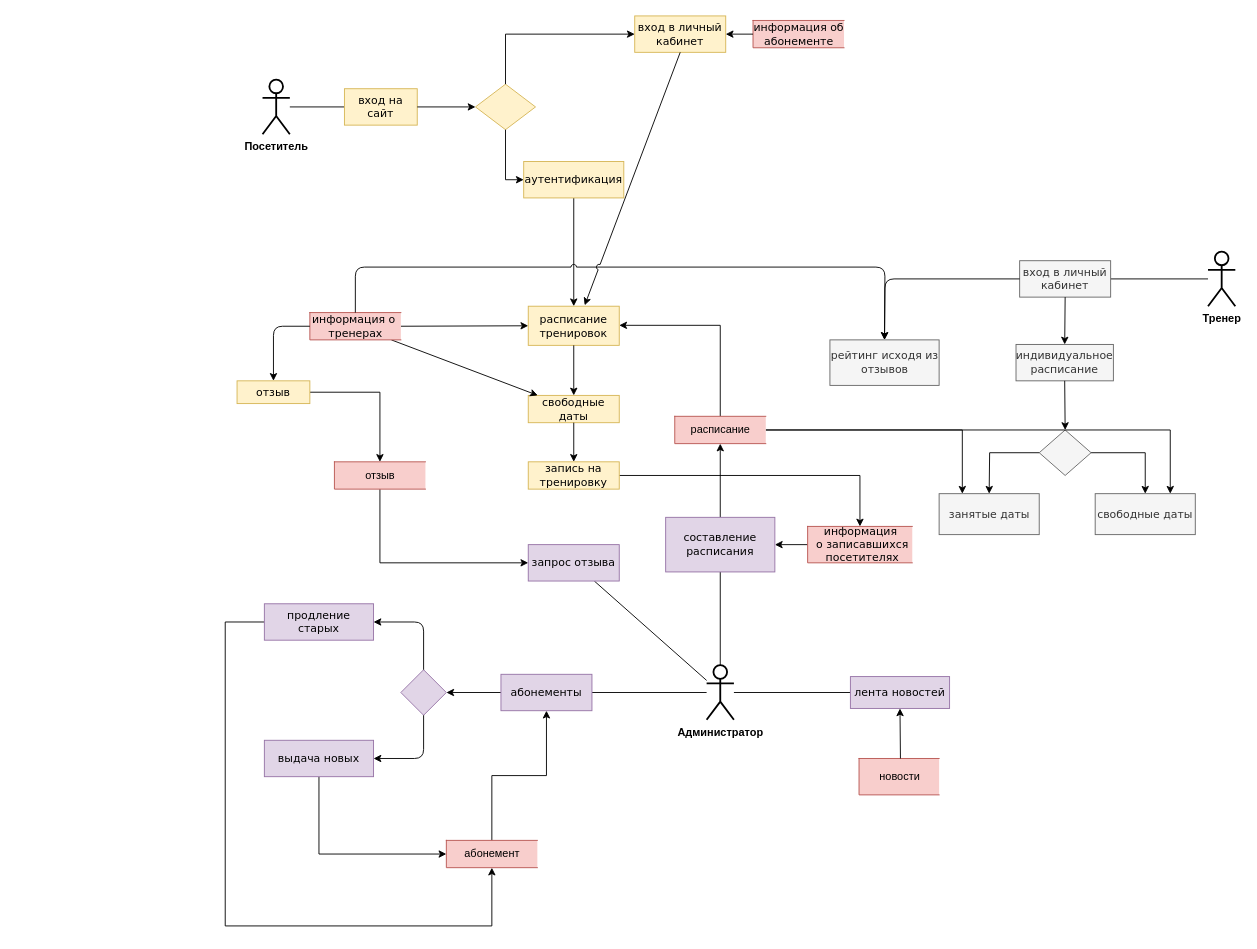
Earlier version of the draw.io diagram диаграмма действий.drawio (yuliapyrikova/-). Source tidied: cells renumbered, new cells numbered last; positions are measured from the earlier drawing's top-left corner, leaving out a move shared by most shapes. Both pictures are drawn from the tidied source at 91%, with x=0, y=0 at pixel (225, 15).
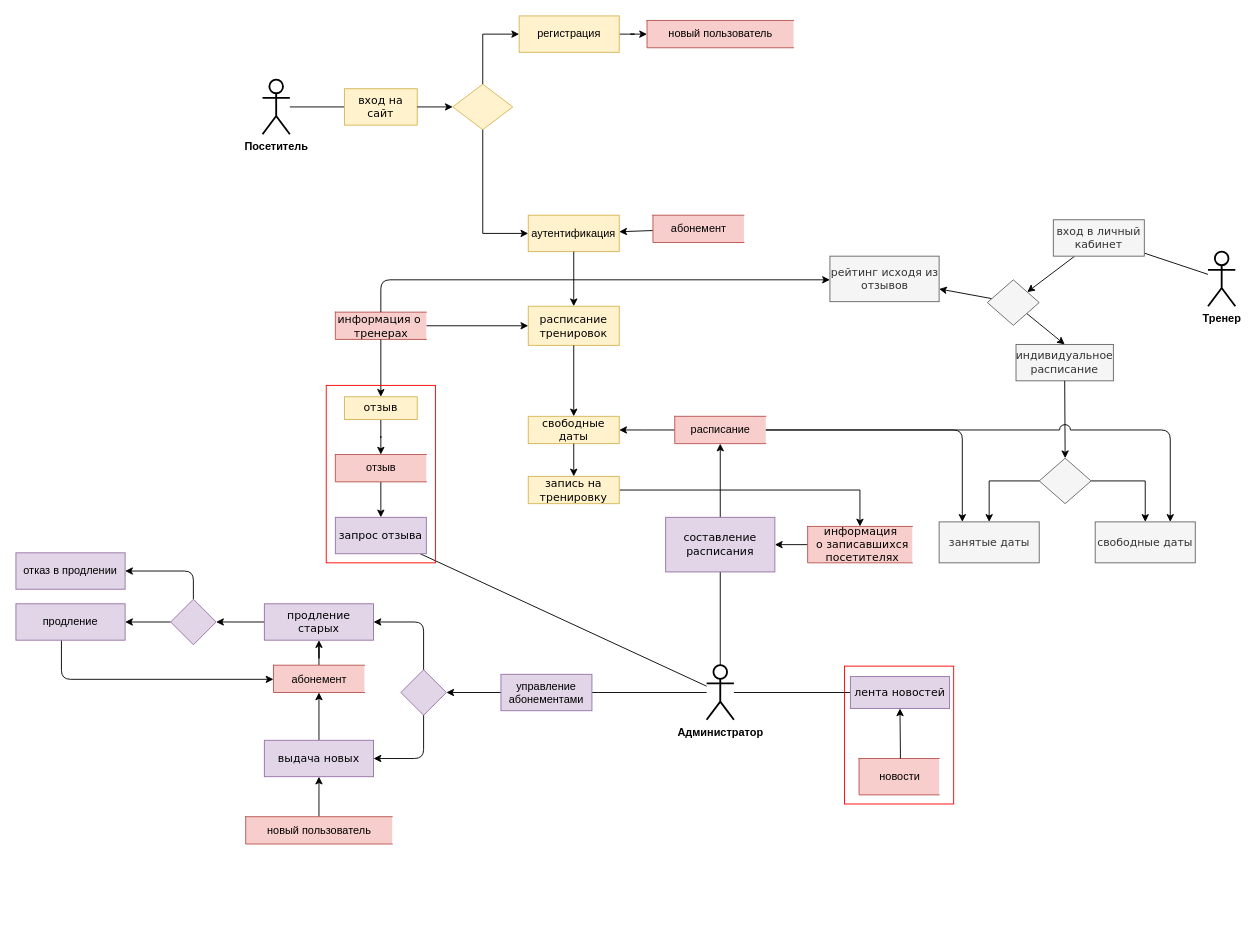
After the change.

Unchanged cells that the change refers to:
```xml
<mxCell id="13" value="&lt;font face=&quot;Verdana&quot;&gt;расписание тренировок&lt;/font&gt;" style="whiteSpace=wrap;html=1;rounded=0;strokeWidth=1;hachureGap=4;fillColor=#fff2cc;strokeColor=#d6b656;" parent="1" vertex="1">
  <mxGeometry x="333" y="319" width="100" height="43" as="geometry" />
</mxCell>
<mxCell id="21" value="&lt;font face=&quot;Verdana&quot;&gt;индивидуальное расписание&lt;/font&gt;" style="rounded=0;whiteSpace=wrap;html=1;hachureGap=4;strokeWidth=1;fillColor=#f5f5f5;strokeColor=#666666;fontColor=#333333;" parent="1" vertex="1">
  <mxGeometry x="869" y="361" width="107" height="40" as="geometry" />
</mxCell>
<mxCell id="39" value="&lt;font style=&quot;font-size: 12px&quot; face=&quot;Verdana&quot;&gt;продление старых&lt;/font&gt;" style="rounded=0;whiteSpace=wrap;html=1;strokeWidth=1;fillColor=#e1d5e7;strokeColor=#9673a6;" parent="1" vertex="1">
  <mxGeometry x="43" y="646" width="120" height="40" as="geometry" />
</mxCell>
<mxCell id="41" value="&lt;font face=&quot;Verdana&quot;&gt;выдача новых&lt;/font&gt;" style="rounded=0;whiteSpace=wrap;html=1;strokeWidth=1;fillColor=#e1d5e7;strokeColor=#9673a6;" parent="1" vertex="1">
  <mxGeometry x="43" y="796" width="120" height="40" as="geometry" />
</mxCell>
<mxCell id="60" value="расписание" style="html=1;dashed=0;whitespace=wrap;shape=partialRectangle;right=0;fillColor=#f8cecc;strokeColor=#b85450;" parent="1" vertex="1">
  <mxGeometry x="494" y="440" width="100" height="30" as="geometry" />
</mxCell>
```

What changed in the source:
```diff
@@
-    <mxCell id="11" value="&lt;font face=&quot;Verdana&quot;&gt;вход в личный кабинет&lt;/font&gt;" style="rounded=0;whiteSpace=wrap;html=1;hachureGap=4;strokeWidth=1;fillColor=#fff2cc;strokeColor=#d6b656;" parent="1" vertex="1">
-      <mxGeometry x="450" width="100" height="40" as="geometry" />
+    <mxCell id="11" value="аутентификация" style="rounded=0;whiteSpace=wrap;html=1;hachureGap=4;strokeWidth=1;fillColor=#fff2cc;strokeColor=#d6b656;" parent="1" vertex="1">
+      <mxGeometry x="333" y="219" width="100" height="40" as="geometry" />
     </mxCell>
+    <mxCell id="72" style="edgeStyle=none;rounded=1;jumpStyle=arc;jumpSize=12;jettySize=auto;html=1;" parent="1" edge="1" source="12" target="87">
+      <mxGeometry relative="1" as="geometry" />
+    </mxCell>
     <mxCell id="12" value="&lt;font face=&quot;Verdana&quot;&gt;вход в личный кабинет&lt;/font&gt;" style="rounded=0;whiteSpace=wrap;html=1;hachureGap=4;strokeWidth=1;fillColor=#f5f5f5;strokeColor=#666666;fontColor=#333333;" parent="1" vertex="1">
-      <mxGeometry x="873" y="269" width="100" height="40" as="geometry" />
+      <mxGeometry x="910" y="224" width="100" height="40" as="geometry" />
     </mxCell>
@@
     <mxCell id="14" value="&lt;font face=&quot;Verdana&quot;&gt;свободные даты&lt;/font&gt;" style="whiteSpace=wrap;html=1;rounded=0;strokeWidth=1;hachureGap=4;fillColor=#fff2cc;strokeColor=#d6b656;" parent="1" vertex="1">
-      <mxGeometry x="333" y="417" width="100" height="30" as="geometry" />
+      <mxGeometry x="333" y="440" width="100" height="30" as="geometry" />
     </mxCell>
-    <mxCell id="15" value="&lt;font face=&quot;Verdana&quot;&gt;информация об &lt;br&gt;абонементе&lt;/font&gt;" style="html=1;dashed=0;whitespace=wrap;shape=partialRectangle;right=0;fontSize=12;strokeWidth=1;fillColor=#f8cecc;strokeColor=#b85450;" parent="1" vertex="1">
-      <mxGeometry x="580" y="5" width="100" height="30" as="geometry" />
-    </mxCell>
@@
-    <mxCell id="18" style="endArrow=classic;html=1;exitX=0.5;exitY=1;exitDx=0;exitDy=0;entryX=0.5;entryY=0;entryDx=0;entryDy=0;jumpStyle=arc;" parent="1" edge="1" source="66" target="13">
-      <mxGeometry relative="1" as="geometry" />
-    </mxCell>
-    <mxCell id="19" style="edgeStyle=none;rounded=0;jettySize=auto;html=1;endArrow=classic;endFill=1;" parent="1" edge="1" source="20" target="14">
-      <mxGeometry relative="1" as="geometry" />
-    </mxCell>
     <mxCell id="20" value="&lt;font face=&quot;Verdana&quot;&gt;информация о&amp;nbsp;&lt;br&gt;тренерах&lt;/font&gt;" style="html=1;dashed=0;whitespace=wrap;shape=partialRectangle;right=0;fontSize=12;strokeWidth=1;fillColor=#f8cecc;strokeColor=#b85450;" parent="1" vertex="1">
-      <mxGeometry x="93" y="326" width="100" height="30" as="geometry" />
+      <mxGeometry x="121" y="325.5" width="100" height="30" as="geometry" />
     </mxCell>
@@
-    <mxCell id="22" style="endArrow=classic;html=1;exitX=0.5;exitY=1;exitDx=0;exitDy=0;entryX=0.5;entryY=0;entryDx=0;entryDy=0;" parent="1" edge="1" source="12" target="21">
+    <mxCell id="22" style="endArrow=classic;html=1;entryX=0.5;entryY=0;entryDx=0;entryDy=0;" parent="1" edge="1" source="87" target="21">
       <mxGeometry relative="1" as="geometry" />
     </mxCell>
@@
     <mxCell id="25" value="&lt;font face=&quot;Verdana&quot;&gt;запись на тренировку&lt;/font&gt;" style="whiteSpace=wrap;html=1;rounded=0;strokeWidth=1;hachureGap=4;fillColor=#fff2cc;strokeColor=#d6b656;" parent="1" vertex="1">
-      <mxGeometry x="333" y="490" width="100" height="30" as="geometry" />
+      <mxGeometry x="333" y="506" width="100" height="30" as="geometry" />
     </mxCell>
@@
     <mxCell id="27" style="rhombus;whiteSpace=wrap;html=1;fillColor=#f5f5f5;strokeColor=#666666;fontColor=#333333;" parent="1" vertex="1">
-      <mxGeometry x="894.5" y="455" width="57" height="50" as="geometry" />
+      <mxGeometry x="894.5" y="486" width="57" height="50" as="geometry" />
     </mxCell>
-    <mxCell id="28" style="endArrow=classic;html=1;rounded=0;entryX=0.5;entryY=0;entryDx=0;entryDy=0;" parent="1" edge="1" source="27" target="29">
-      <mxGeometry relative="1" as="geometry">
-        <Array as="points">
-          <mxPoint x="1011" y="480" />
-        </Array>
-      </mxGeometry>
+    <mxCell id="28" style="endArrow=classic;html=1;rounded=0;entryX=0.5;entryY=0;entryDx=0;entryDy=0;edgeStyle=orthogonalEdgeStyle;" parent="1" edge="1" source="27" target="29">
+      <mxGeometry relative="1" as="geometry" />
     </mxCell>
     <mxCell id="29" value="&lt;font face=&quot;Verdana&quot;&gt;свободные даты&lt;/font&gt;" style="rounded=0;whiteSpace=wrap;html=1;fillColor=#f5f5f5;strokeColor=#666666;fontColor=#333333;" parent="1" vertex="1">
-      <mxGeometry x="956" y="525" width="110" height="45" as="geometry" />
+      <mxGeometry x="956" y="556" width="110" height="45" as="geometry" />
     </mxCell>
-    <mxCell id="30" style="endArrow=classic;html=1;rounded=0;exitX=0;exitY=0.5;exitDx=0;exitDy=0;entryX=0.5;entryY=0;entryDx=0;entryDy=0;" parent="1" edge="1" source="27" target="31">
-      <mxGeometry relative="1" as="geometry">
-        <Array as="points">
-          <mxPoint x="840" y="480" />
-        </Array>
-      </mxGeometry>
+    <mxCell id="30" style="endArrow=classic;html=1;rounded=0;exitX=0;exitY=0.5;exitDx=0;exitDy=0;entryX=0.5;entryY=0;entryDx=0;entryDy=0;edgeStyle=orthogonalEdgeStyle;" parent="1" edge="1" source="27" target="31">
+      <mxGeometry relative="1" as="geometry" />
     </mxCell>
     <mxCell id="31" value="&lt;font face=&quot;Verdana&quot;&gt;занятые даты&lt;/font&gt;" style="rounded=0;whiteSpace=wrap;html=1;fillColor=#f5f5f5;strokeColor=#666666;fontColor=#333333;" parent="1" vertex="1">
-      <mxGeometry x="784.5" y="525" width="110" height="45" as="geometry" />
+      <mxGeometry x="784.5" y="556" width="110" height="45" as="geometry" />
     </mxCell>
@@
-    <mxCell id="37" value="&lt;font face=&quot;Verdana&quot;&gt;абонементы&lt;/font&gt;" style="rounded=0;whiteSpace=wrap;html=1;fillColor=#e1d5e7;strokeColor=#9673a6;" parent="1" vertex="1">
+    <mxCell id="37" value="управление абонементами" style="rounded=0;whiteSpace=wrap;html=1;fillColor=#e1d5e7;strokeColor=#9673a6;" parent="1" vertex="1">
       <mxGeometry x="303" y="723.5" width="100" height="40" as="geometry" />
     </mxCell>
-    <mxCell id="38" style="edgeStyle=orthogonalEdgeStyle;rounded=0;jettySize=auto;html=1;endArrow=classic;endFill=1;" parent="1" edge="1" source="39" target="64">
-      <mxGeometry relative="1" as="geometry">
-        <Array as="points">
-          <mxPoint y="666" />
-          <mxPoint y="1000" />
-          <mxPoint x="293" y="1000" />
-        </Array>
-      </mxGeometry>
-    </mxCell>
+    <mxCell id="73" style="edgeStyle=orthogonalEdgeStyle;rounded=1;jumpStyle=arc;jumpSize=12;jettySize=auto;html=1;" parent="1" edge="1" source="39" target="81">
+      <mxGeometry relative="1" as="geometry" />
+    </mxCell>
@@
-    <mxCell id="40" style="edgeStyle=orthogonalEdgeStyle;rounded=0;jettySize=auto;html=1;endArrow=classic;endFill=1;" parent="1" edge="1" source="41" target="64">
-      <mxGeometry relative="1" as="geometry">
-        <Array as="points">
-          <mxPoint x="103" y="921" />
-        </Array>
-      </mxGeometry>
+    <mxCell id="40" style="edgeStyle=orthogonalEdgeStyle;rounded=0;jettySize=auto;html=1;endArrow=classic;endFill=1;" parent="1" edge="1" source="64" target="39">
+      <mxGeometry relative="1" as="geometry" />
     </mxCell>
+    <mxCell id="74" style="edgeStyle=orthogonalEdgeStyle;rounded=1;jumpStyle=arc;jumpSize=12;jettySize=auto;html=1;" parent="1" edge="1" source="41" target="64">
+      <mxGeometry relative="1" as="geometry" />
+    </mxCell>
@@
     <mxCell id="47" value="&lt;font face=&quot;Verdana&quot;&gt;отзыв&lt;/font&gt;" style="whiteSpace=wrap;html=1;dashed=0;strokeWidth=1;fillColor=#fff2cc;strokeColor=#d6b656;" parent="1" vertex="1">
-      <mxGeometry x="13" y="401" width="80" height="25" as="geometry" />
+      <mxGeometry x="131" y="418.5" width="80" height="25" as="geometry" />
     </mxCell>
-    <mxCell id="48" style="endArrow=classic;html=1;strokeWidth=1;exitX=0;exitY=0.5;exitDx=0;exitDy=0;entryX=0.5;entryY=0;entryDx=0;entryDy=0;" parent="1" edge="1" source="20" target="47">
-      <mxGeometry relative="1" as="geometry">
-        <Array as="points">
-          <mxPoint x="53" y="341" />
-        </Array>
-      </mxGeometry>
+    <mxCell id="48" style="endArrow=classic;html=1;strokeWidth=1;entryX=0.5;entryY=0;entryDx=0;entryDy=0;" parent="1" edge="1" source="20" target="47">
+      <mxGeometry relative="1" as="geometry" />
     </mxCell>
     <mxCell id="49" value="&lt;font face=&quot;Verdana&quot;&gt;рейтинг исходя из отзывов&lt;/font&gt;" style="rounded=0;whiteSpace=wrap;html=1;strokeWidth=1;fillColor=#f5f5f5;strokeColor=#666666;fontColor=#333333;" parent="1" vertex="1">
-      <mxGeometry x="664.5" y="356" width="120" height="50" as="geometry" />
+      <mxGeometry x="664.5" y="264" width="120" height="50" as="geometry" />
     </mxCell>
-    <mxCell id="50" style="endArrow=classic;html=1;strokeWidth=1;entryX=0.5;entryY=0;entryDx=0;entryDy=0;exitX=0;exitY=0.5;exitDx=0;exitDy=0;" parent="1" edge="1" source="12" target="49">
-      <mxGeometry relative="1" as="geometry">
-        <Array as="points">
-          <mxPoint x="725" y="289" />
-        </Array>
-      </mxGeometry>
+    <mxCell id="50" style="endArrow=classic;html=1;strokeWidth=1;" parent="1" edge="1" source="87" target="49">
+      <mxGeometry relative="1" as="geometry" />
     </mxCell>
-    <mxCell id="51" style="endArrow=classic;html=1;strokeWidth=1;exitX=0.5;exitY=0;exitDx=0;exitDy=0;entryX=0.5;entryY=0;entryDx=0;entryDy=0;jumpStyle=arc;" parent="1" edge="1" source="20" target="49">
+    <mxCell id="51" style="endArrow=classic;html=1;strokeWidth=1;exitX=0.5;exitY=0;exitDx=0;exitDy=0;jumpStyle=arc;edgeStyle=orthogonalEdgeStyle;" parent="1" edge="1" source="20" target="49">
       <mxGeometry relative="1" as="geometry">
         <Array as="points">
-          <mxPoint x="143" y="276" />
-          <mxPoint x="725" y="276" />
+          <mxPoint x="171" y="290" />
         </Array>
       </mxGeometry>
     </mxCell>
@@
     <mxCell id="53" value="&lt;font face=&quot;Verdana&quot;&gt;запрос отзыва&lt;/font&gt;" style="rounded=0;whiteSpace=wrap;html=1;strokeWidth=1;fillColor=#e1d5e7;strokeColor=#9673a6;" parent="1" vertex="1">
-      <mxGeometry x="333" y="581" width="100" height="40" as="geometry" />
+      <mxGeometry x="121" y="551" width="100" height="40" as="geometry" />
     </mxCell>
@@
-    <mxCell id="57" style="edgeStyle=orthogonalEdgeStyle;rounded=0;jettySize=auto;html=1;endArrow=classic;endFill=1;" parent="1" edge="1" source="60" target="13">
+    <mxCell id="57" style="edgeStyle=orthogonalEdgeStyle;rounded=0;jettySize=auto;html=1;endArrow=classic;endFill=1;" parent="1" edge="1" source="60" target="14">
       <mxGeometry relative="1" as="geometry">
         <Array as="points">
-          <mxPoint x="544" y="340" />
+          <mxPoint x="460" y="455" />
+          <mxPoint x="460" y="455" />
         </Array>
       </mxGeometry>
     </mxCell>
-    <mxCell id="58" style="edgeStyle=orthogonalEdgeStyle;rounded=0;jettySize=auto;html=1;endArrow=classic;endFill=1;" parent="1" edge="1" source="60" target="31">
+    <mxCell id="58" style="edgeStyle=orthogonalEdgeStyle;rounded=1;jettySize=auto;html=1;endArrow=classic;endFill=1;" parent="1" edge="1" source="60" target="31">
       <mxGeometry relative="1" as="geometry">
         <Array as="points">
           <mxPoint x="810" y="455" />
         </Array>
       </mxGeometry>
     </mxCell>
-    <mxCell id="59" style="edgeStyle=orthogonalEdgeStyle;rounded=0;jettySize=auto;html=1;entryX=0.75;entryY=0;entryDx=0;entryDy=0;endArrow=classic;endFill=1;" parent="1" edge="1" source="60" target="29">
-      <mxGeometry relative="1" as="geometry" />
-    </mxCell>
@@
     <mxCell id="61" style="edgeStyle=orthogonalEdgeStyle;rounded=0;jettySize=auto;html=1;endArrow=classic;endFill=1;" parent="1" edge="1" source="62" target="53">
       <mxGeometry relative="1" as="geometry">
         <Array as="points">
-          <mxPoint x="170" y="601" />
+          <mxPoint x="170" y="555" />
         </Array>
       </mxGeometry>
     </mxCell>
     <mxCell id="62" value="отзыв" style="html=1;dashed=0;whitespace=wrap;shape=partialRectangle;right=0;fillColor=#f8cecc;strokeColor=#b85450;" parent="1" vertex="1">
-      <mxGeometry x="120" y="490" width="100" height="30" as="geometry" />
+      <mxGeometry x="121" y="482" width="100" height="30" as="geometry" />
     </mxCell>
-    <mxCell id="63" style="edgeStyle=orthogonalEdgeStyle;rounded=0;jettySize=auto;html=1;endArrow=classic;endFill=1;" parent="1" edge="1" source="64" target="37">
-      <mxGeometry relative="1" as="geometry" />
-    </mxCell>
     <mxCell id="64" value="абонемент" style="html=1;dashed=0;whitespace=wrap;shape=partialRectangle;right=0;fillColor=#f8cecc;strokeColor=#b85450;" parent="1" vertex="1">
-      <mxGeometry x="243" y="906" width="100" height="30" as="geometry" />
+      <mxGeometry x="53" y="713.5" width="100" height="30" as="geometry" />
     </mxCell>
     <mxCell id="65" style="rhombus;whiteSpace=wrap;html=1;fillColor=#fff2cc;strokeColor=#d6b656;" parent="1" vertex="1">
-      <mxGeometry x="275" y="75" width="66" height="50" as="geometry" />
+      <mxGeometry x="250" y="75" width="66" height="50" as="geometry" />
     </mxCell>
+    <mxCell id="75" style="edgeStyle=orthogonalEdgeStyle;rounded=1;jumpStyle=arc;jumpSize=12;jettySize=auto;html=1;" parent="1" edge="1" source="66" target="76">
+      <mxGeometry relative="1" as="geometry" />
+    </mxCell>
-    <mxCell id="66" value="&lt;font face=&quot;Verdana&quot;&gt;аутентификация&lt;/font&gt;" style="rounded=0;whiteSpace=wrap;html=1;hachureGap=4;strokeWidth=1;fillColor=#fff2cc;strokeColor=#d6b656;" parent="1" vertex="1">
-      <mxGeometry x="328" y="160" width="110" height="40" as="geometry" />
+    <mxCell id="66" value="регистрация" style="rounded=0;whiteSpace=wrap;html=1;hachureGap=4;strokeWidth=1;fillColor=#fff2cc;strokeColor=#d6b656;" parent="1" vertex="1">
+      <mxGeometry x="323" width="110" height="40" as="geometry" />
     </mxCell>
@@
-    <mxCell id="68" style="endArrow=classic;html=1;rounded=0;entryX=0;entryY=0.5;entryDx=0;entryDy=0;exitX=0.5;exitY=0;exitDx=0;exitDy=0;" parent="1" edge="1" source="65" target="11">
+    <mxCell id="68" style="endArrow=classic;html=1;rounded=0;entryX=0;entryY=0.5;entryDx=0;entryDy=0;edgeStyle=orthogonalEdgeStyle;" parent="1" edge="1" source="65" target="11">
       <mxGeometry relative="1" as="geometry">
         <Array as="points">
-          <mxPoint x="308" y="20" />
+          <mxPoint x="283" y="239" />
         </Array>
       </mxGeometry>
     </mxCell>
-    <mxCell id="69" style="endArrow=classic;html=1;rounded=0;exitX=0.5;exitY=1;exitDx=0;exitDy=0;entryX=0;entryY=0.5;entryDx=0;entryDy=0;" parent="1" edge="1" source="65" target="66">
+    <mxCell id="69" style="endArrow=classic;html=1;rounded=0;entryX=0;entryY=0.5;entryDx=0;entryDy=0;edgeStyle=orthogonalEdgeStyle;" parent="1" edge="1" source="65" target="66">
       <mxGeometry relative="1" as="geometry">
         <Array as="points">
-          <mxPoint x="308" y="180" />
+          <mxPoint x="283" y="20" />
         </Array>
       </mxGeometry>
     </mxCell>
-    <mxCell id="70" style="endArrow=classic;html=1;rounded=0;entryX=1;entryY=0.5;entryDx=0;entryDy=0;exitX=0;exitY=0.5;exitDx=0;exitDy=0;" parent="1" edge="1" source="15" target="11">
+    <mxCell id="70" style="endArrow=classic;html=1;rounded=0;" parent="1" edge="1" source="15" target="11">
       <mxGeometry relative="1" as="geometry" />
     </mxCell>
-    <mxCell id="71" style="endArrow=classic;html=1;rounded=0;exitX=0.5;exitY=1;exitDx=0;exitDy=0;entryX=0.62;entryY=-0.023;entryDx=0;entryDy=0;entryPerimeter=0;jumpStyle=arc;" parent="1" edge="1" source="11" target="13">
+    <mxCell id="71" style="rounded=0;jettySize=auto;html=1;" parent="1" edge="1" source="11" target="13">
       <mxGeometry relative="1" as="geometry" />
     </mxCell>
+    <mxCell id="59" style="edgeStyle=orthogonalEdgeStyle;rounded=1;jettySize=auto;html=1;entryX=0.75;entryY=0;entryDx=0;entryDy=0;endArrow=classic;endFill=1;jumpStyle=arc;jumpSize=12;" parent="1" edge="1" source="60" target="29">
+      <mxGeometry relative="1" as="geometry" />
+    </mxCell>
+    <mxCell id="15" value="абонемент" style="html=1;dashed=0;whitespace=wrap;shape=partialRectangle;right=0;fontSize=12;strokeWidth=1;fillColor=#f8cecc;strokeColor=#b85450;" parent="1" vertex="1">
+      <mxGeometry x="470" y="219" width="100" height="30" as="geometry" />
+    </mxCell>
+    <mxCell id="76" value="новый пользователь" style="html=1;dashed=0;whitespace=wrap;shape=partialRectangle;right=0;fontSize=12;strokeWidth=1;fillColor=#f8cecc;strokeColor=#b85450;" parent="1" vertex="1">
+      <mxGeometry x="463.5" y="5" width="161" height="30" as="geometry" />
+    </mxCell>
+    <mxCell id="77" style="edgeStyle=orthogonalEdgeStyle;rounded=1;jumpStyle=arc;jumpSize=12;jettySize=auto;html=1;" parent="1" edge="1" source="78" target="41">
+      <mxGeometry relative="1" as="geometry" />
+    </mxCell>
+    <mxCell id="78" value="новый пользователь" style="html=1;dashed=0;whitespace=wrap;shape=partialRectangle;right=0;fontSize=12;strokeWidth=1;fillColor=#f8cecc;strokeColor=#b85450;" parent="1" vertex="1">
+      <mxGeometry x="22.5" y="880" width="161" height="30" as="geometry" />
+    </mxCell>
+    <mxCell id="79" style="edgeStyle=orthogonalEdgeStyle;rounded=1;jumpStyle=arc;jumpSize=12;jettySize=auto;html=1;" parent="1" edge="1" source="81" target="84">
+      <mxGeometry relative="1" as="geometry">
+        <Array as="points">
+          <mxPoint x="-35" y="610" />
+        </Array>
+      </mxGeometry>
+    </mxCell>
+    <mxCell id="80" style="edgeStyle=orthogonalEdgeStyle;rounded=1;jumpStyle=arc;jumpSize=12;jettySize=auto;html=1;" parent="1" edge="1" source="81" target="83">
+      <mxGeometry relative="1" as="geometry" />
+    </mxCell>
+    <mxCell id="81" style="rhombus;whiteSpace=wrap;html=1;strokeWidth=1;fillColor=#e1d5e7;strokeColor=#9673a6;" parent="1" vertex="1">
+      <mxGeometry x="-60" y="641" width="50" height="50" as="geometry" />
+    </mxCell>
+    <mxCell id="82" style="edgeStyle=orthogonalEdgeStyle;rounded=1;jumpStyle=arc;jumpSize=12;jettySize=auto;html=1;" parent="1" edge="1" source="83" target="64">
+      <mxGeometry relative="1" as="geometry">
+        <Array as="points">
+          <mxPoint x="-180" y="729" />
+        </Array>
+      </mxGeometry>
+    </mxCell>
+    <mxCell id="83" value="продление" style="rounded=0;whiteSpace=wrap;html=1;strokeWidth=1;fillColor=#e1d5e7;strokeColor=#9673a6;" parent="1" vertex="1">
+      <mxGeometry x="-230" y="646" width="120" height="40" as="geometry" />
+    </mxCell>
+    <mxCell id="84" value="отказ в продлении" style="rounded=0;whiteSpace=wrap;html=1;strokeWidth=1;fillColor=#e1d5e7;strokeColor=#9673a6;" parent="1" vertex="1">
+      <mxGeometry x="-230" y="590" width="120" height="40" as="geometry" />
+    </mxCell>
+    <mxCell id="85" style="rounded=0;whiteSpace=wrap;html=1;fillColor=none;strokeColor=#FF0000;" parent="1" vertex="1">
+      <mxGeometry x="111" y="406" width="120" height="195" as="geometry" />
+    </mxCell>
+    <mxCell id="86" style="rounded=0;whiteSpace=wrap;html=1;fillColor=none;strokeColor=#FF0000;" parent="1" vertex="1">
+      <mxGeometry x="680.5" y="714.5" width="120" height="151.5" as="geometry" />
+    </mxCell>
+    <mxCell id="87" style="rhombus;whiteSpace=wrap;html=1;fillColor=#f5f5f5;strokeColor=#666666;fontColor=#333333;" parent="1" vertex="1">
+      <mxGeometry x="837.5" y="290" width="57" height="50" as="geometry" />
+    </mxCell>
```
